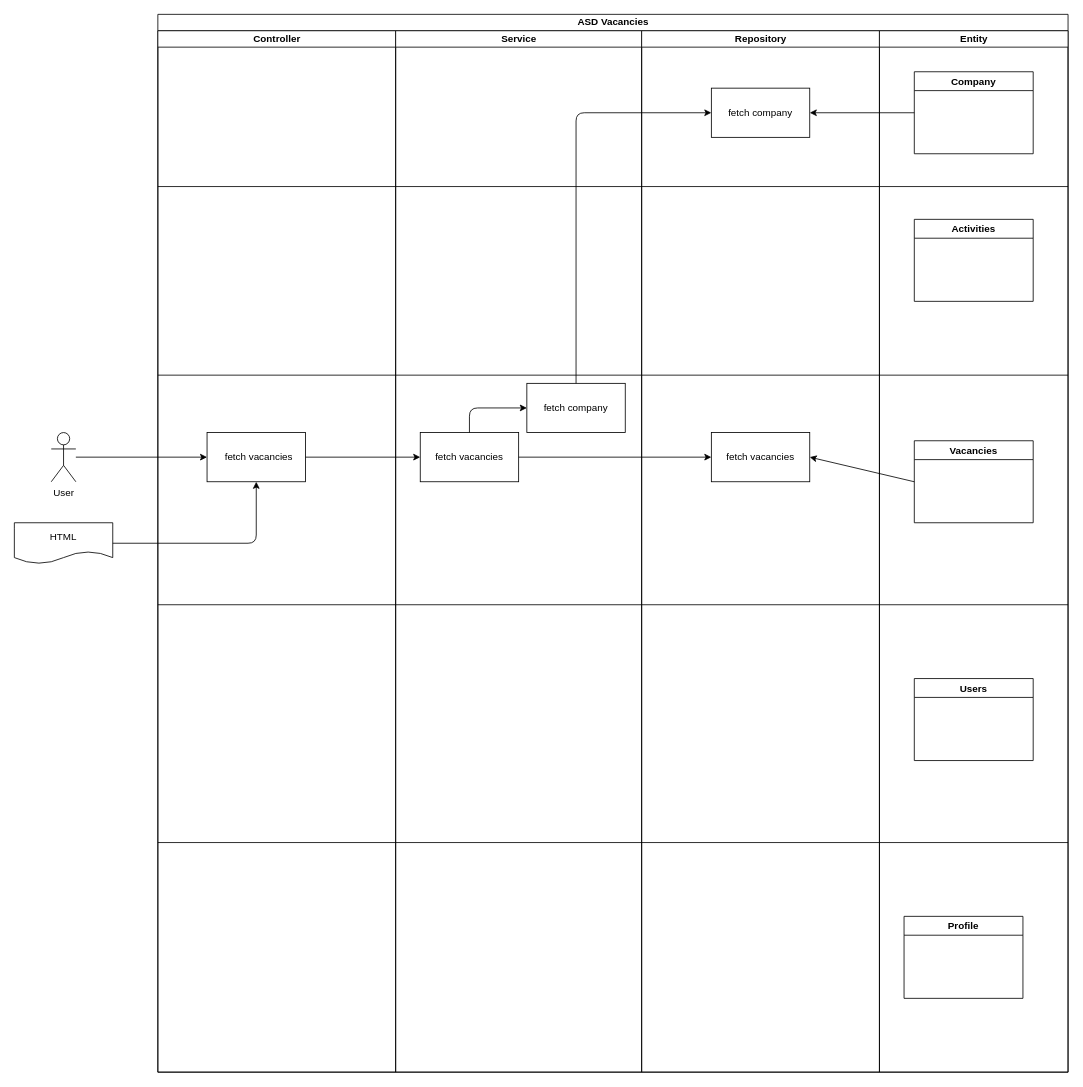
The draw.io diagram documents/asd/VAC-ASD-vacancies-AS-v1.drawio in AaronSaya/educom-symfony-1690191754, before the edit. Source tidied: cells renumbered, new cells numbered last; positions are measured from the earlier drawing's top-left corner, leaving out a move shared by most shapes. Both pictures are drawn from the tidied source at 82%, with x=0, y=0 at pixel (14, 14).
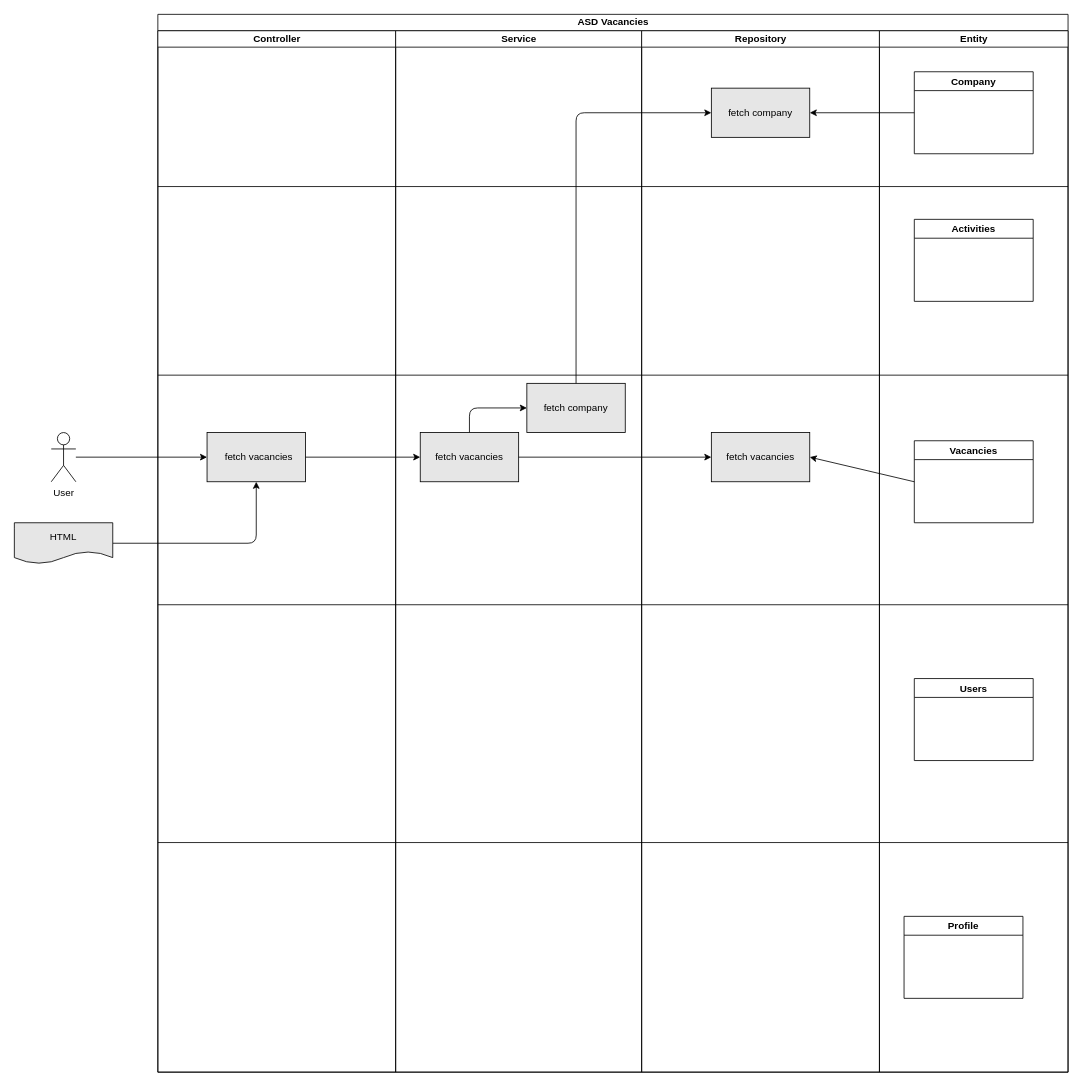
The same diagram, later.

Commit message (it also covers changes not shown here):
Gegevensmodel maken #2

Unchanged cells that the change refers to:
```xml
<mxCell id="3" value="Controller" style="swimlane;startSize=20;html=1;" parent="2" vertex="1">
  <mxGeometry y="20" width="290" height="1270" as="geometry" />
</mxCell>
<mxCell id="5" value="Service" style="swimlane;startSize=20;html=1;" parent="2" vertex="1">
  <mxGeometry x="290" y="20" width="300" height="1270" as="geometry" />
</mxCell>
<mxCell id="11" value="Repository" style="swimlane;startSize=20;html=1;" parent="2" vertex="1">
  <mxGeometry x="590" y="20" width="290" height="1270" as="geometry" />
</mxCell>
```

The edit, as a diff of the source:
```diff
@@
-    <mxCell id="4" value="&amp;nbsp; fetch vacancies" style="rounded=0;whiteSpace=wrap;html=1;fillColor=none;align=center;" parent="3" vertex="1">
+    <mxCell id="4" value="&amp;nbsp; fetch vacancies" style="rounded=0;whiteSpace=wrap;html=1;fillColor=#E6E6E6;align=center;" parent="3" vertex="1">
       <mxGeometry x="60" y="490" width="120" height="60" as="geometry" />
     </mxCell>
@@
-    <mxCell id="8" value="fetch vacancies" style="rounded=0;whiteSpace=wrap;html=1;fillColor=none;align=center;" parent="5" vertex="1">
+    <mxCell id="8" value="fetch vacancies" style="rounded=0;whiteSpace=wrap;html=1;fillColor=#E6E6E6;align=center;" parent="5" vertex="1">
       <mxGeometry x="30" y="490" width="120" height="60" as="geometry" />
     </mxCell>
@@
-    <mxCell id="10" value="fetch company" style="rounded=0;whiteSpace=wrap;html=1;fillColor=none;align=center;" parent="5" vertex="1">
+    <mxCell id="10" value="fetch company" style="rounded=0;whiteSpace=wrap;html=1;fillColor=#E6E6E6;align=center;" parent="5" vertex="1">
       <mxGeometry x="160" y="430" width="120" height="60" as="geometry" />
     </mxCell>
@@
-    <mxCell id="14" value="fetch vacancies" style="rounded=0;whiteSpace=wrap;html=1;fillColor=none;align=center;" parent="11" vertex="1">
+    <mxCell id="14" value="fetch vacancies" style="rounded=0;whiteSpace=wrap;html=1;fillColor=#E6E6E6;align=center;" parent="11" vertex="1">
       <mxGeometry x="85" y="490" width="120" height="60" as="geometry" />
     </mxCell>
-    <mxCell id="15" value="fetch company" style="rounded=0;whiteSpace=wrap;html=1;fillColor=none;align=center;" parent="11" vertex="1">
+    <mxCell id="15" value="fetch company" style="rounded=0;whiteSpace=wrap;html=1;fillColor=#E6E6E6;align=center;" parent="11" vertex="1">
       <mxGeometry x="85" y="70" width="120" height="60" as="geometry" />
     </mxCell>
@@
-    <mxCell id="30" value="HTML" style="shape=document;whiteSpace=wrap;html=1;boundedLbl=1;fillColor=none;" parent="1" vertex="1">
+    <mxCell id="30" value="HTML" style="shape=document;whiteSpace=wrap;html=1;boundedLbl=1;fillColor=#E6E6E6;" parent="1" vertex="1">
       <mxGeometry y="620" width="120" height="50" as="geometry" />
     </mxCell>
```
